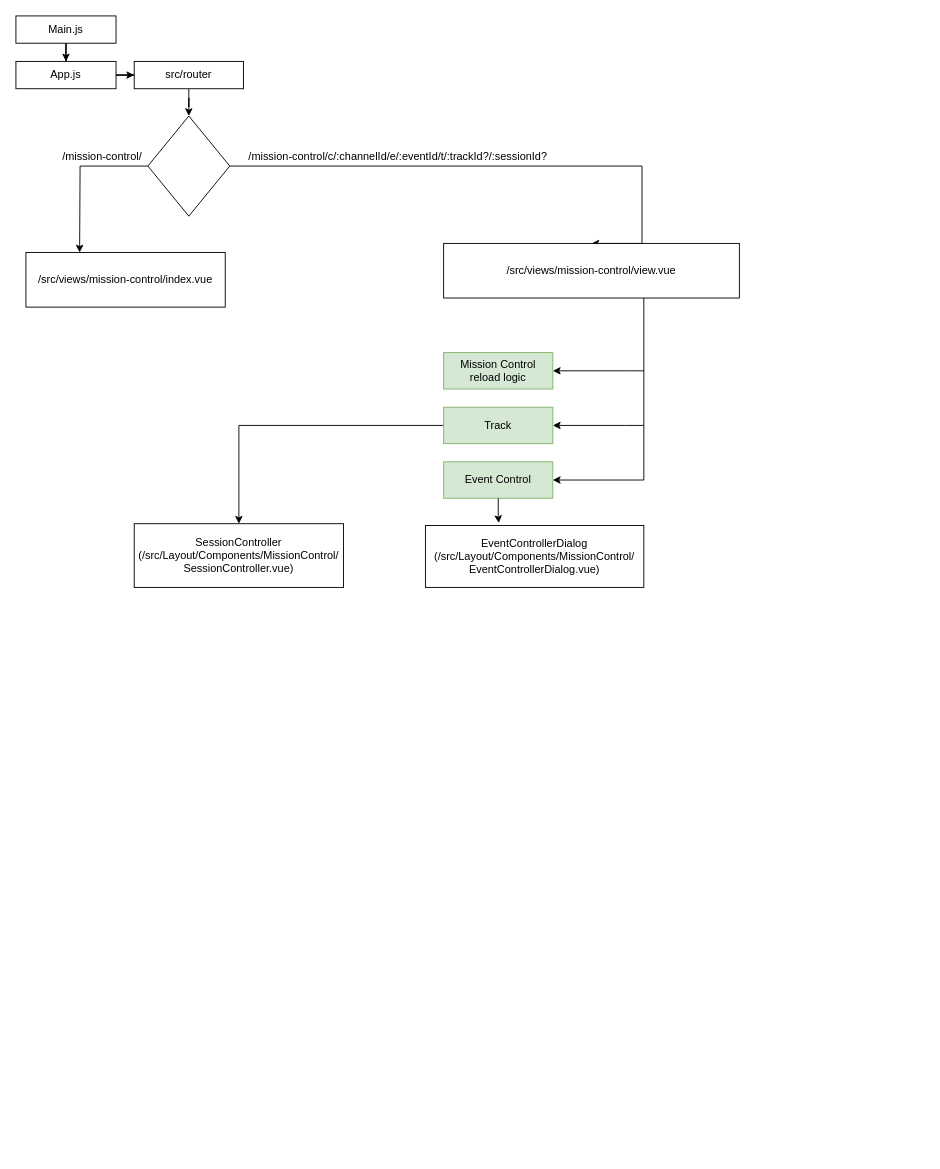
The draw.io diagram Novaweb-mision-control.drawio in balrai/balrai.github.io, before the edit. Source tidied: cells renumbered, new cells numbered last; positions are measured from the earlier drawing's top-left corner, leaving out a move shared by most shapes. Both pictures are drawn from the tidied source at 91%, with x=0, y=0 at pixel (15, 15).
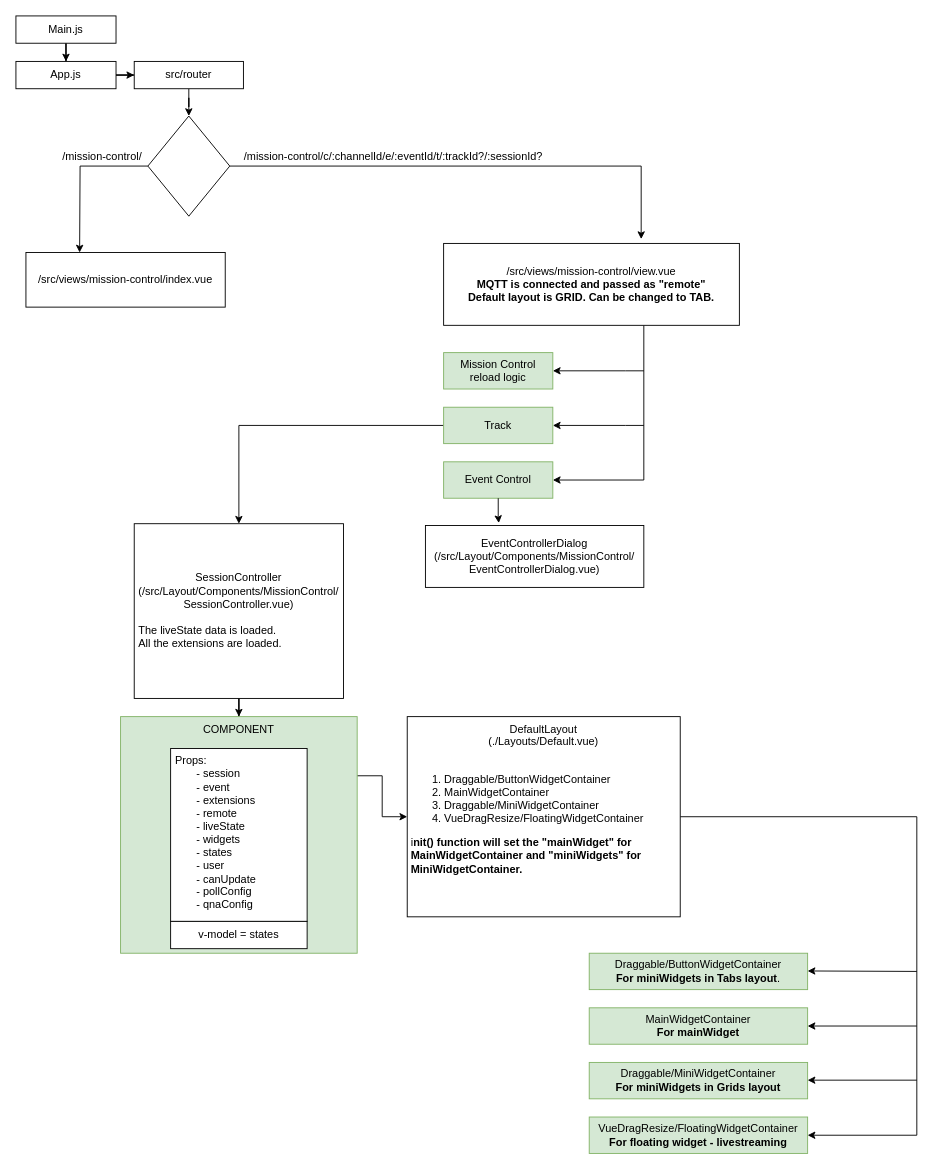
After the change.

Unchanged cells that the change refers to:
```xml
<mxCell id="12" style="rhombus;whiteSpace=wrap;html=1;" parent="1" vertex="1">
  <mxGeometry x="145" y="110" width="90" height="110" as="geometry" />
</mxCell>
```

What changed in the source:
```diff
@@
-    <mxCell id="11" style="edgeStyle=orthogonalEdgeStyle;rounded=0;jettySize=auto;html=1;entryX=0.5;entryY=0;entryDx=0;entryDy=0;" parent="1" edge="1" source="12" target="17">
+    <mxCell id="11" style="edgeStyle=orthogonalEdgeStyle;rounded=0;jettySize=auto;html=1;entryX=0.668;entryY=-0.053;entryDx=0;entryDy=0;entryPerimeter=0;" parent="1" edge="1" source="12" target="17">
       <mxGeometry relative="1" as="geometry">
         <Array as="points">
-          <mxPoint x="688" y="165" />
-          <mxPoint x="688" y="250" />
+          <mxPoint x="687" y="165" />
         </Array>
       </mxGeometry>
     </mxCell>
@@
     <mxCell id="14" value="/mission-control/c/:channelId/e/:eventId/t/:trackId?/:sessionId?" style="text;strokeColor=none;align=center;fillColor=none;html=1;verticalAlign=middle;whiteSpace=wrap;rounded=0;" parent="1" vertex="1">
-      <mxGeometry x="235" y="140" width="370" height="30" as="geometry" />
+      <mxGeometry x="230" y="140" width="370" height="30" as="geometry" />
     </mxCell>
@@
-    <mxCell id="17" value="/src/views/mission-control/view.vue" style="rounded=0;whiteSpace=wrap;html=1;" parent="1" vertex="1">
-      <mxGeometry x="470" y="250" width="325" height="60" as="geometry" />
+    <mxCell id="17" value="/src/views/mission-control/view.vue&lt;div&gt;&lt;b&gt;MQTT is connected and passed as &quot;remote&quot;&lt;/b&gt;&lt;/div&gt;&lt;div&gt;&lt;b&gt;Default layout is GRID. Can be changed to TAB.&lt;/b&gt;&lt;/div&gt;" style="rounded=0;whiteSpace=wrap;html=1;" parent="1" vertex="1">
+      <mxGeometry x="470" y="250" width="325" height="90" as="geometry" />
     </mxCell>
@@
+    <mxCell id="27" style="edgeStyle=orthogonalEdgeStyle;rounded=0;jettySize=auto;html=1;" parent="1" edge="1" source="24" target="29">
+      <mxGeometry relative="1" as="geometry" />
+    </mxCell>
-    <mxCell id="24" value="SessionController&lt;div&gt;(/src/Layout/Components/MissionControl/&lt;/div&gt;&lt;div&gt;SessionController.vue)&lt;/div&gt;" style="rounded=0;whiteSpace=wrap;html=1;" parent="1" vertex="1">
-      <mxGeometry x="130" y="558" width="230" height="70" as="geometry" />
+    <mxCell id="24" value="SessionController&lt;div&gt;(/src/Layout/Components/MissionControl/&lt;/div&gt;&lt;div&gt;SessionController.vue)&lt;/div&gt;&lt;div style=&quot;text-align: left;&quot;&gt;&lt;br&gt;&lt;/div&gt;&lt;div style=&quot;text-align: left;&quot;&gt;The liveState data is loaded.&lt;/div&gt;&lt;div style=&quot;text-align: left;&quot;&gt;All the extensions are loaded.&lt;/div&gt;" style="rounded=0;whiteSpace=wrap;html=1;" parent="1" vertex="1">
+      <mxGeometry x="130" y="558" width="230" height="192" as="geometry" />
     </mxCell>
@@
+    <mxCell id="28" style="edgeStyle=orthogonalEdgeStyle;rounded=0;jettySize=auto;html=1;exitX=1;exitY=0.25;exitDx=0;exitDy=0;entryX=0;entryY=0.5;entryDx=0;entryDy=0;" parent="1" edge="1" source="29" target="33">
+      <mxGeometry relative="1" as="geometry" />
+    </mxCell>
+    <mxCell id="29" value="COMPONENT&lt;div&gt;&lt;br&gt;&lt;/div&gt;" style="whiteSpace=wrap;html=1;fillColor=#d5e8d4;strokeColor=#82b366;align=center;verticalAlign=top;" parent="1" vertex="1">
+      <mxGeometry x="115" y="770" width="260" height="260" as="geometry" />
+    </mxCell>
+    <mxCell id="30" value="&amp;nbsp;Props:&lt;div&gt;&lt;span style=&quot;white-space: pre;&quot;&gt;&#9;&lt;/span&gt;- session&lt;br&gt;&lt;/div&gt;&lt;div&gt;&lt;span style=&quot;white-space: pre;&quot;&gt;&#9;&lt;/span&gt;- event&lt;br&gt;&lt;/div&gt;&lt;div&gt;&lt;span style=&quot;white-space: pre;&quot;&gt;&#9;&lt;/span&gt;- extensions&lt;br&gt;&lt;/div&gt;&lt;div&gt;&lt;span style=&quot;white-space: pre;&quot;&gt;&#9;&lt;/span&gt;- remote&lt;br&gt;&lt;/div&gt;&lt;div&gt;&lt;span style=&quot;white-space: pre;&quot;&gt;&#9;&lt;/span&gt;- liveState&lt;br&gt;&lt;/div&gt;&lt;div&gt;&lt;span style=&quot;white-space: pre;&quot;&gt;&#9;&lt;/span&gt;- widgets&lt;br&gt;&lt;/div&gt;&lt;div&gt;&lt;span style=&quot;white-space: pre;&quot;&gt;&#9;&lt;/span&gt;- states&lt;br&gt;&lt;/div&gt;&lt;div&gt;&lt;span style=&quot;white-space: pre;&quot;&gt;&#9;&lt;/span&gt;- user&lt;br&gt;&lt;/div&gt;&lt;div&gt;&lt;span style=&quot;white-space: pre;&quot;&gt;&#9;&lt;/span&gt;- canUpdate&lt;br&gt;&lt;/div&gt;&lt;div&gt;&lt;span style=&quot;white-space: pre;&quot;&gt;&#9;&lt;/span&gt;- pollConfig&lt;br&gt;&lt;/div&gt;&lt;div&gt;&lt;span style=&quot;white-space: pre;&quot;&gt;&#9;&lt;/span&gt;- qnaConfig&lt;br&gt;&lt;/div&gt;" style="rounded=0;whiteSpace=wrap;html=1;align=left;verticalAlign=top;" parent="1" vertex="1">
+      <mxGeometry x="170" y="805" width="150" height="190" as="geometry" />
+    </mxCell>
+    <mxCell id="31" value="v-model = states" style="rounded=0;whiteSpace=wrap;html=1;" parent="1" vertex="1">
+      <mxGeometry x="170" y="995" width="150" height="30" as="geometry" />
+    </mxCell>
+    <mxCell id="32" style="edgeStyle=orthogonalEdgeStyle;rounded=0;jettySize=auto;html=1;entryX=1;entryY=0.5;entryDx=0;entryDy=0;" parent="1" edge="1" source="33" target="40">
+      <mxGeometry relative="1" as="geometry">
+        <Array as="points">
+          <mxPoint x="990" y="880" />
+          <mxPoint x="990" y="1230" />
+        </Array>
+      </mxGeometry>
+    </mxCell>
+    <mxCell id="33" value="DefaultLayout&lt;div&gt;(./Layouts/Default.vue)&lt;/div&gt;&lt;div style=&quot;&quot;&gt;&lt;br&gt;&lt;/div&gt;&lt;div style=&quot;text-align: left;&quot;&gt;&lt;ol&gt;&lt;li&gt;Draggable/ButtonWidgetContainer&lt;/li&gt;&lt;li&gt;MainWidgetContainer&lt;/li&gt;&lt;li&gt;Draggable/MiniWidgetContainer&lt;/li&gt;&lt;li&gt;VueDragResize/FloatingWidgetContainer&lt;/li&gt;&lt;/ol&gt;&lt;div&gt;&amp;nbsp;i&lt;b&gt;nit() function will set the &quot;mainWidget&quot; for&amp;nbsp; &amp;nbsp; &amp;nbsp;MainWidgetContainer and &quot;miniWidgets&quot; for&amp;nbsp; &amp;nbsp;MiniWidgetContainer.&lt;/b&gt;&lt;/div&gt;&lt;/div&gt;" style="rounded=0;whiteSpace=wrap;html=1;verticalAlign=top;align=center;" parent="1" vertex="1">
+      <mxGeometry x="430" y="770" width="300" height="220" as="geometry" />
+    </mxCell>
+    <mxCell id="34" style="endArrow=classic;html=1;rounded=0;" parent="1" edge="1">
+      <mxGeometry relative="1" as="geometry">
+        <mxPoint x="990" y="1050" as="sourcePoint" />
+        <mxPoint x="870" y="1049.5" as="targetPoint" />
+      </mxGeometry>
+    </mxCell>
+    <mxCell id="35" style="endArrow=classic;html=1;rounded=0;entryX=1;entryY=0.5;entryDx=0;entryDy=0;" parent="1" edge="1" target="38">
+      <mxGeometry relative="1" as="geometry">
+        <mxPoint x="990" y="1110" as="sourcePoint" />
+      </mxGeometry>
+    </mxCell>
+    <mxCell id="36" style="endArrow=classic;html=1;rounded=0;entryX=1;entryY=0;entryDx=0;entryDy=0;" parent="1" edge="1">
+      <mxGeometry relative="1" as="geometry">
+        <mxPoint x="990" y="1169.5" as="sourcePoint" />
+        <mxPoint x="870" y="1169.5" as="targetPoint" />
+      </mxGeometry>
+    </mxCell>
+    <mxCell id="37" value="Draggable/ButtonWidgetContainer&lt;div&gt;&lt;b&gt;For miniWidgets in Tabs layout&lt;/b&gt;.&lt;/div&gt;" style="rounded=0;whiteSpace=wrap;html=1;fillColor=#d5e8d4;strokeColor=#82b366;" parent="1" vertex="1">
+      <mxGeometry x="630" y="1030" width="240" height="40" as="geometry" />
+    </mxCell>
+    <mxCell id="38" value="MainWidgetContainer&lt;div&gt;&lt;b&gt;For mainWidget&lt;/b&gt;&lt;/div&gt;" style="rounded=0;whiteSpace=wrap;html=1;fillColor=#d5e8d4;strokeColor=#82b366;" parent="1" vertex="1">
+      <mxGeometry x="630" y="1090" width="240" height="40" as="geometry" />
+    </mxCell>
+    <mxCell id="39" value="Draggable/MiniWidgetContainer&lt;div&gt;&lt;b&gt;For miniWidgets in Grids layout&lt;/b&gt;&lt;/div&gt;" style="rounded=0;whiteSpace=wrap;html=1;fillColor=#d5e8d4;strokeColor=#82b366;" parent="1" vertex="1">
+      <mxGeometry x="630" y="1150" width="240" height="40" as="geometry" />
+    </mxCell>
+    <mxCell id="40" value="VueDragResize/FloatingWidgetContainer&lt;div&gt;&lt;b&gt;For floating widget - livestreaming&lt;/b&gt;&lt;/div&gt;" style="rounded=0;whiteSpace=wrap;html=1;fillColor=#d5e8d4;strokeColor=#82b366;" parent="1" vertex="1">
+      <mxGeometry x="630" y="1210" width="240" height="40" as="geometry" />
+    </mxCell>
```
